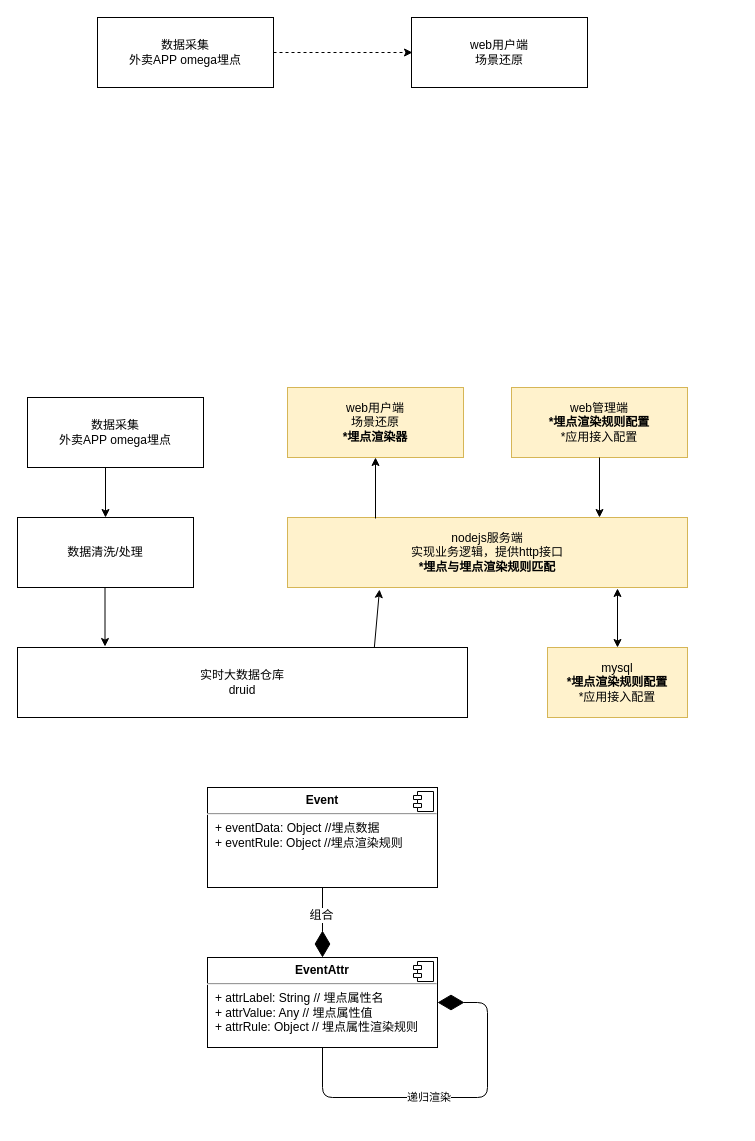
Above: Untitled Diagram.drawio in zzz945/drawing (draw.io), before the change. Source tidied: cells renumbered, new cells numbered last; positions are measured from the earlier drawing's top-left corner, leaving out a move shared by most shapes. Both pictures are drawn from the tidied source at 100%, with x=0, y=0 at pixel (17, 17).
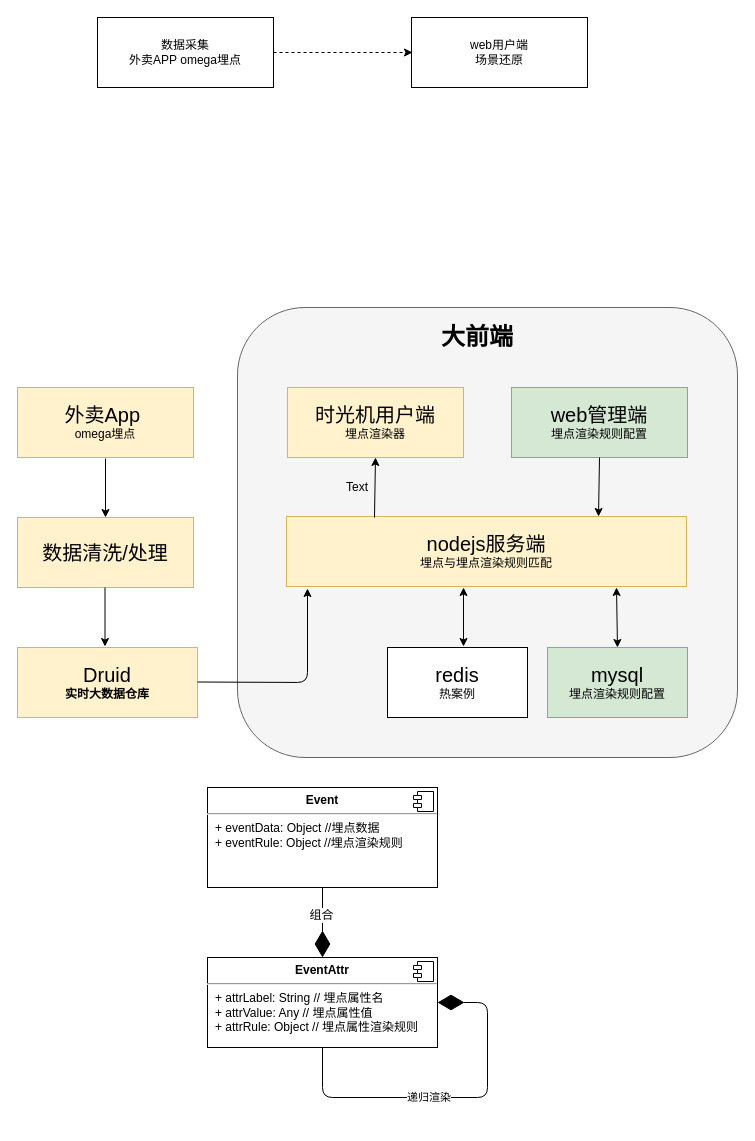
The same diagram, later.

Change to the diagram source:
```diff
@@
+    <mxCell id="25" value="&lt;div style=&quot;text-align: justify&quot;&gt;&lt;/div&gt;" style="rounded=1;whiteSpace=wrap;html=1;fillColor=#f5f5f5;strokeColor=#666666;fontColor=#333333;" parent="1" vertex="1">
+      <mxGeometry x="220" y="290" width="500" height="450" as="geometry" />
+    </mxCell>
-    <mxCell id="2" value="web用户端&lt;br&gt;场景还原&lt;br&gt;&lt;b&gt;*埋点渲染器&lt;/b&gt;" style="rounded=0;whiteSpace=wrap;html=1;fillColor=#fff2cc;strokeColor=#d6b656;" parent="1" vertex="1">
+    <mxCell id="2" value="&lt;font style=&quot;font-size: 20px&quot;&gt;时光机用户端&lt;br&gt;&lt;/font&gt;埋点渲染器" style="rounded=0;whiteSpace=wrap;html=1;fillColor=#fff2cc;strokeColor=#d6b656;" parent="1" vertex="1">
       <mxGeometry x="270" y="370" width="176" height="70" as="geometry" />
     </mxCell>
-    <mxCell id="3" value="web管理端&lt;br&gt;&lt;b&gt;*埋点渲染规则配置&lt;br&gt;&lt;/b&gt;*应用接入配置" style="rounded=0;whiteSpace=wrap;html=1;fillColor=#fff2cc;strokeColor=#d6b656;" parent="1" vertex="1">
+    <mxCell id="3" value="&lt;font style=&quot;font-size: 20px&quot;&gt;web管理端&lt;/font&gt;&lt;br&gt;埋点渲染规则配置" style="rounded=0;whiteSpace=wrap;html=1;fillColor=#d5e8d4;strokeColor=#82b366;" parent="1" vertex="1">
       <mxGeometry x="494" y="370" width="176" height="70" as="geometry" />
     </mxCell>
-    <mxCell id="4" value="nodejs服务端&lt;br&gt;实现业务逻辑，提供http接口&lt;br&gt;&lt;b&gt;*埋点与埋点渲染规则匹配&lt;/b&gt;" style="rounded=0;whiteSpace=wrap;html=1;fillColor=#fff2cc;strokeColor=#d6b656;" parent="1" vertex="1">
-      <mxGeometry x="270" y="500" width="400" height="70" as="geometry" />
+    <mxCell id="4" value="&lt;font style=&quot;font-size: 20px&quot;&gt;nodejs服务端&lt;br&gt;&lt;/font&gt;埋点与埋点渲染规则匹配" style="rounded=0;whiteSpace=wrap;html=1;fillColor=#fff2cc;strokeColor=#d6b656;" parent="1" vertex="1">
+      <mxGeometry x="269" y="499" width="400" height="70" as="geometry" />
     </mxCell>
-    <mxCell id="5" value="实时大数据仓库&lt;br&gt;druid&lt;br&gt;" style="rounded=0;whiteSpace=wrap;html=1;" parent="1" vertex="1">
-      <mxGeometry y="630" width="450" height="70" as="geometry" />
+    <mxCell id="5" value="&lt;span&gt;&lt;font style=&quot;font-size: 20px&quot;&gt;Druid&lt;/font&gt;&lt;br&gt;&lt;b&gt;实时大数据仓库&lt;/b&gt;&lt;br&gt;&lt;/span&gt;" style="rounded=0;whiteSpace=wrap;html=1;fillColor=#fff2cc;strokeColor=#d6b656;" parent="1" vertex="1">
+      <mxGeometry y="630" width="180" height="70" as="geometry" />
     </mxCell>
@@
-    <mxCell id="7" value="数据清洗/处理" style="rounded=0;whiteSpace=wrap;html=1;" parent="1" vertex="1">
+    <mxCell id="7" value="&lt;font&gt;&lt;font style=&quot;font-size: 20px&quot;&gt;数据清洗/处理&lt;/font&gt;&lt;/font&gt;" style="rounded=0;whiteSpace=wrap;html=1;fillColor=#fff2cc;strokeColor=#d6b656;" parent="1" vertex="1">
       <mxGeometry y="500" width="176" height="70" as="geometry" />
     </mxCell>
-    <mxCell id="8" value="mysql&lt;br&gt;&lt;b&gt;*埋点渲染规则配置&lt;br&gt;&lt;/b&gt;*应用接入配置" style="rounded=0;whiteSpace=wrap;html=1;fillColor=#fff2cc;strokeColor=#d6b656;" parent="1" vertex="1">
+    <mxCell id="8" value="&lt;font style=&quot;font-size: 20px&quot;&gt;mysql&lt;/font&gt;&lt;br&gt;埋点渲染规则配置" style="rounded=0;whiteSpace=wrap;html=1;fillColor=#d5e8d4;strokeColor=#82b366;" parent="1" vertex="1">
       <mxGeometry x="530" y="630" width="140" height="70" as="geometry" />
     </mxCell>
@@
-    <mxCell id="14" style="endArrow=classic;html=1;entryX=0.23;entryY=1.029;entryDx=0;entryDy=0;entryPerimeter=0;exitX=0.793;exitY=0;exitDx=0;exitDy=0;exitPerimeter=0;" parent="1" edge="1" source="5" target="4">
-      <mxGeometry relative="1" as="geometry" />
-    </mxCell>
-    <mxCell id="15" value="数据采集&lt;br&gt;外卖APP omega埋点" style="rounded=0;whiteSpace=wrap;html=1;" parent="1" vertex="1">
-      <mxGeometry x="10" y="380" width="176" height="70" as="geometry" />
+    <mxCell id="15" value="&lt;font style=&quot;font-size: 20px&quot;&gt;外卖App&amp;nbsp;&lt;br&gt;&lt;/font&gt;omega埋点" style="rounded=0;whiteSpace=wrap;html=1;fillColor=#fff2cc;strokeColor=#d6b656;" parent="1" vertex="1">
+      <mxGeometry y="370" width="176" height="70" as="geometry" />
     </mxCell>
@@
+    <mxCell id="26" value="&lt;font style=&quot;font-size: 20px&quot;&gt;redis&lt;/font&gt;&lt;br&gt;热案例" style="rounded=0;whiteSpace=wrap;html=1;" parent="1" vertex="1">
+      <mxGeometry x="370" y="630" width="140" height="70" as="geometry" />
+    </mxCell>
+    <mxCell id="27" style="endArrow=classic;startArrow=classic;html=1;exitX=0.5;exitY=0;exitDx=0;exitDy=0;entryX=0.825;entryY=1.014;entryDx=0;entryDy=0;entryPerimeter=0;" parent="1" edge="1">
+      <mxGeometry relative="1" as="geometry">
+        <mxPoint x="446" y="629" as="sourcePoint" />
+        <mxPoint x="446" y="570" as="targetPoint" />
+      </mxGeometry>
+    </mxCell>
+    <mxCell id="28" style="endArrow=classic;html=1;" parent="1" edge="1">
+      <mxGeometry relative="1" as="geometry">
+        <mxPoint x="180" y="664.5" as="sourcePoint" />
+        <mxPoint x="290" y="571" as="targetPoint" />
+        <Array as="points">
+          <mxPoint x="290" y="665" />
+        </Array>
+      </mxGeometry>
+    </mxCell>
+    <mxCell id="29" value="Text" style="text;html=1;strokeColor=none;fillColor=none;align=center;verticalAlign=middle;whiteSpace=wrap;rounded=0;" parent="1" vertex="1">
+      <mxGeometry x="320" y="460" width="40" height="20" as="geometry" />
+    </mxCell>
+    <mxCell id="30" value="&lt;font style=&quot;font-size: 24px&quot;&gt;&lt;b&gt;大前端&lt;/b&gt;&lt;/font&gt;" style="text;html=1;strokeColor=none;fillColor=none;align=center;verticalAlign=middle;whiteSpace=wrap;rounded=0;" parent="1" vertex="1">
+      <mxGeometry x="380" y="310" width="160" height="20" as="geometry" />
+    </mxCell>
```
